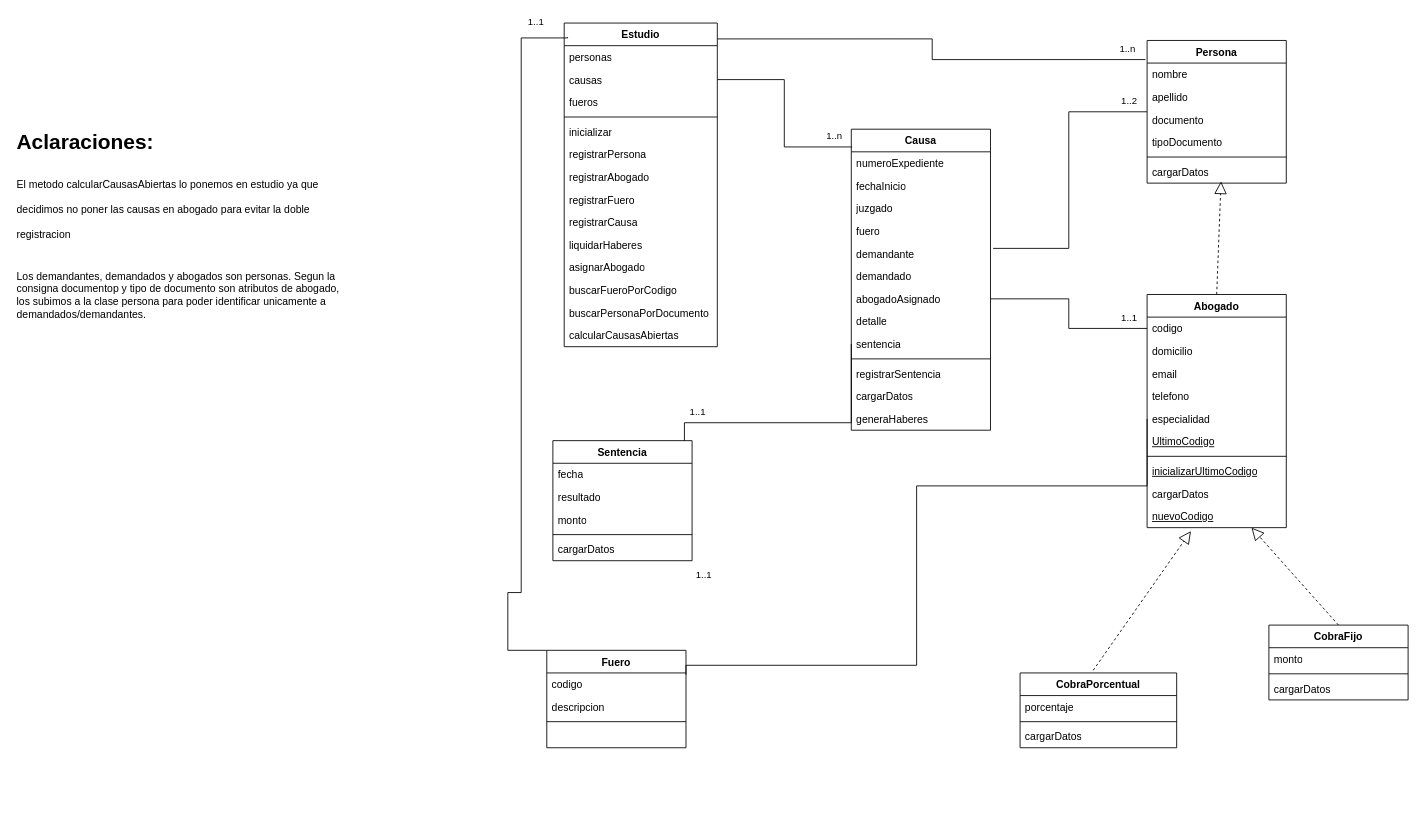
Earlier version of the draw.io diagram page "DiagramaClases" (1 of 2) of diagrama.drawio (Valentin-Leone-Arriola/Paradigmas-2026-2k06-G03). Source tidied: cells renumbered, new cells numbered last; positions are measured from the earlier drawing's top-left corner, leaving out a move shared by most shapes. Both pictures are drawn from the tidied source at 87%, with x=0, y=0 at pixel (15, 23).
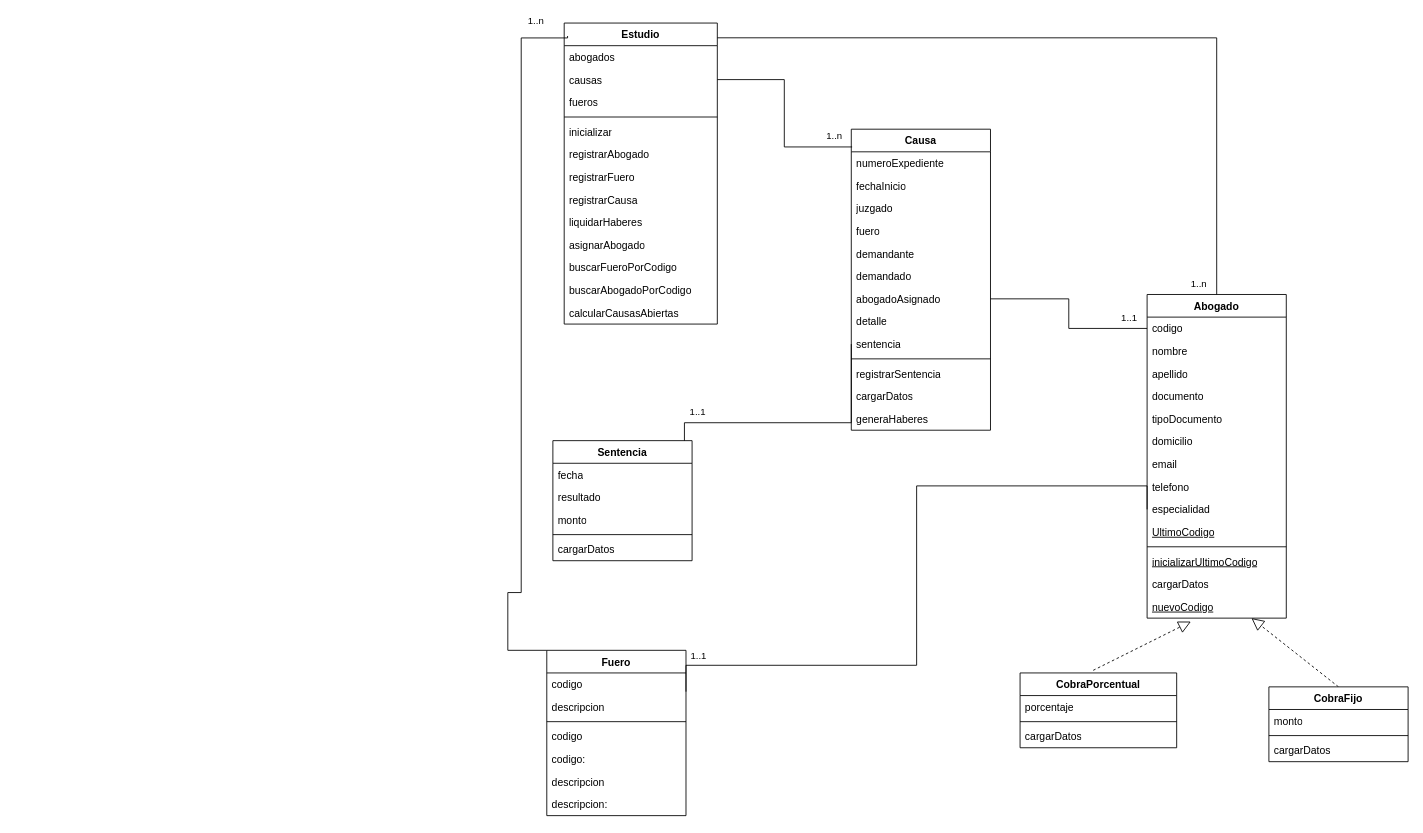
Above is the later version.

Commit message (it also covers changes not shown here):
actualizando clases

Unchanged cells that the change refers to:
```xml
<mxCell id="2" value="Causa" style="swimlane;fontStyle=1;align=center;verticalAlign=top;horizontal=1;startSize=26;whiteSpace=wrap;html=1;" parent="1" vertex="1">
  <mxGeometry x="961" y="122" width="160" height="346" as="geometry" />
</mxCell>
<mxCell id="7" value="demandante" style="text;strokeColor=none;fillColor=none;align=left;verticalAlign=top;spacingLeft=4;spacingRight=4;overflow=hidden;points=[[0,0.5],[1,0.5]];portConstraint=eastwest;whiteSpace=wrap;html=1;" parent="2" vertex="1">
  <mxGeometry y="130" width="160" height="26" as="geometry" />
</mxCell>
<mxCell id="81" style="endArrow=none;html=1;edgeStyle=orthogonalEdgeStyle;rounded=0;exitX=1;exitY=0.25;exitDx=0;exitDy=0;entryX=0;entryY=0.5;entryDx=0;entryDy=0;" parent="1" edge="1" source="57" target="21">
  <mxGeometry relative="1" as="geometry">
    <Array as="points">
      <mxPoint x="771" y="738.2" />
      <mxPoint x="1036.1" y="738.2" />
      <mxPoint x="1036.1" y="532" />
      <mxPoint x="1301" y="532" />
    </Array>
  </mxGeometry>
</mxCell>
<mxCell id="83" style="endArrow=none;html=1;edgeStyle=orthogonalEdgeStyle;rounded=0;exitX=0;exitY=0;exitDx=0;exitDy=0;entryX=0.022;entryY=0.043;entryDx=0;entryDy=0;entryPerimeter=0;" parent="1" edge="1" source="57" target="27">
  <mxGeometry relative="1" as="geometry">
    <Array as="points">
      <mxPoint x="566.2" y="721.1" />
      <mxPoint x="566.2" y="654.6" />
      <mxPoint x="581.6" y="654.6" />
      <mxPoint x="581.6" y="17.1" />
    </Array>
  </mxGeometry>
</mxCell>
```

The edit, as a diff of the source:
```diff
@@
-    <mxCell id="13" value="registrarSentencia" style="text;strokeColor=none;fillColor=light-dark(transparent,#6666FF);align=left;verticalAlign=top;spacingLeft=4;spacingRight=4;overflow=hidden;whiteSpace=wrap;html=1;" parent="2" vertex="1">
+    <mxCell id="13" value="registrarSentencia" style="text;strokeColor=none;fillColor=none;align=left;verticalAlign=top;spacingLeft=4;spacingRight=4;overflow=hidden;whiteSpace=wrap;html=1;" parent="2" vertex="1">
       <mxGeometry y="268" width="160" height="26" as="geometry" />
     </mxCell>
@@
-    <mxCell id="15" value="generaHaberes" style="text;strokeColor=none;fillColor=light-dark(transparent,#6666FF);align=left;verticalAlign=top;spacingLeft=4;spacingRight=4;overflow=hidden;whiteSpace=wrap;html=1;" parent="2" vertex="1">
+    <mxCell id="15" value="generaHaberes" style="text;strokeColor=none;fillColor=none;align=left;verticalAlign=top;spacingLeft=4;spacingRight=4;overflow=hidden;whiteSpace=wrap;html=1;" parent="2" vertex="1">
       <mxGeometry y="320" width="160" height="26" as="geometry" />
     </mxCell>
     <mxCell id="16" value="Abogado" style="swimlane;fontStyle=1;align=center;verticalAlign=top;horizontal=1;startSize=26;whiteSpace=wrap;html=1;" parent="1" vertex="1">
-      <mxGeometry x="1301" y="312" width="160" height="268" as="geometry" />
+      <mxGeometry x="1301" y="312" width="160" height="372" as="geometry" />
     </mxCell>
@@
+    <mxCell id="63" value="nombre" style="text;strokeColor=none;fillColor=none;align=left;verticalAlign=top;spacingLeft=4;spacingRight=4;overflow=hidden;whiteSpace=wrap;html=1;" parent="16" vertex="1">
+      <mxGeometry y="52" width="160" height="26" as="geometry" />
+    </mxCell>
+    <mxCell id="64" value="apellido" style="text;strokeColor=none;fillColor=none;align=left;verticalAlign=top;spacingLeft=4;spacingRight=4;overflow=hidden;whiteSpace=wrap;html=1;" parent="16" vertex="1">
+      <mxGeometry y="78" width="160" height="26" as="geometry" />
+    </mxCell>
+    <mxCell id="65" value="documento" style="text;strokeColor=none;fillColor=none;align=left;verticalAlign=top;spacingLeft=4;spacingRight=4;overflow=hidden;whiteSpace=wrap;html=1;" parent="16" vertex="1">
+      <mxGeometry y="104" width="160" height="26" as="geometry" />
+    </mxCell>
+    <mxCell id="66" value="tipoDocumento" style="text;strokeColor=none;fillColor=none;align=left;verticalAlign=top;spacingLeft=4;spacingRight=4;overflow=hidden;whiteSpace=wrap;html=1;" parent="16" vertex="1">
+      <mxGeometry y="130" width="160" height="26" as="geometry" />
+    </mxCell>
     <mxCell id="18" value="domicilio" style="text;strokeColor=none;fillColor=none;align=left;verticalAlign=top;spacingLeft=4;spacingRight=4;overflow=hidden;whiteSpace=wrap;html=1;" parent="16" vertex="1">
-      <mxGeometry y="52" width="160" height="26" as="geometry" />
+      <mxGeometry y="156" width="160" height="26" as="geometry" />
     </mxCell>
     <mxCell id="19" value="email" style="text;strokeColor=none;fillColor=none;align=left;verticalAlign=top;spacingLeft=4;spacingRight=4;overflow=hidden;whiteSpace=wrap;html=1;" parent="16" vertex="1">
-      <mxGeometry y="78" width="160" height="26" as="geometry" />
+      <mxGeometry y="182" width="160" height="26" as="geometry" />
     </mxCell>
     <mxCell id="20" value="telefono" style="text;strokeColor=none;fillColor=none;align=left;verticalAlign=top;spacingLeft=4;spacingRight=4;overflow=hidden;whiteSpace=wrap;html=1;" parent="16" vertex="1">
-      <mxGeometry y="104" width="160" height="26" as="geometry" />
+      <mxGeometry y="208" width="160" height="26" as="geometry" />
     </mxCell>
     <mxCell id="21" value="especialidad" style="text;strokeColor=none;fillColor=none;align=left;verticalAlign=top;spacingLeft=4;spacingRight=4;overflow=hidden;points=[[0,0.5],[1,0.5]];portConstraint=eastwest;whiteSpace=wrap;html=1;" parent="16" vertex="1">
-      <mxGeometry y="130" width="160" height="26" as="geometry" />
+      <mxGeometry y="234" width="160" height="26" as="geometry" />
     </mxCell>
     <mxCell id="22" value="&lt;u&gt;UltimoCodigo&lt;/u&gt;" style="text;strokeColor=none;fillColor=none;align=left;verticalAlign=top;spacingLeft=4;spacingRight=4;overflow=hidden;whiteSpace=wrap;html=1;" parent="16" vertex="1">
-      <mxGeometry y="156" width="160" height="26" as="geometry" />
+      <mxGeometry y="260" width="160" height="26" as="geometry" />
     </mxCell>
     <mxCell id="23" style="line;strokeWidth=1;fillColor=none;align=left;verticalAlign=middle;spacingTop=-1;spacingLeft=3;spacingRight=3;labelPosition=right;strokeColor=inherit;" parent="16" vertex="1">
-      <mxGeometry y="182" width="160" height="8" as="geometry" />
+      <mxGeometry y="286" width="160" height="8" as="geometry" />
     </mxCell>
     <mxCell id="24" value="&lt;u&gt;inicializarUltimoCodigo&lt;/u&gt;" style="text;strokeColor=none;fillColor=none;align=left;verticalAlign=top;spacingLeft=4;spacingRight=4;overflow=hidden;whiteSpace=wrap;html=1;" parent="16" vertex="1">
-      <mxGeometry y="190" width="160" height="26" as="geometry" />
+      <mxGeometry y="294" width="160" height="26" as="geometry" />
     </mxCell>
     <mxCell id="25" value="&lt;div&gt;cargarDatos&lt;/div&gt;" style="text;strokeColor=none;fillColor=none;align=left;verticalAlign=top;spacingLeft=4;spacingRight=4;overflow=hidden;whiteSpace=wrap;html=1;" parent="16" vertex="1">
-      <mxGeometry y="216" width="160" height="26" as="geometry" />
+      <mxGeometry y="320" width="160" height="26" as="geometry" />
     </mxCell>
     <mxCell id="26" value="&lt;div&gt;&lt;u&gt;nuevoCodigo&lt;/u&gt;&lt;/div&gt;" style="text;strokeColor=none;fillColor=none;align=left;verticalAlign=top;spacingLeft=4;spacingRight=4;overflow=hidden;points=[[0,0.5],[1,0.5]];portConstraint=eastwest;whiteSpace=wrap;html=1;" parent="16" vertex="1">
-      <mxGeometry y="242" width="160" height="26" as="geometry" />
+      <mxGeometry y="346" width="160" height="26" as="geometry" />
     </mxCell>
     <mxCell id="27" value="Estudio" style="swimlane;fontStyle=1;align=center;verticalAlign=top;horizontal=1;startSize=26;whiteSpace=wrap;html=1;" parent="1" vertex="1">
-      <mxGeometry x="631" width="176" height="372" as="geometry" />
+      <mxGeometry x="631" width="176" height="346" as="geometry" />
     </mxCell>
-    <mxCell id="28" value="personas" style="text;strokeColor=none;fillColor=none;align=left;verticalAlign=top;spacingLeft=4;spacingRight=4;overflow=hidden;whiteSpace=wrap;html=1;" parent="27" vertex="1">
+    <mxCell id="28" value="abogados" style="text;strokeColor=none;fillColor=none;align=left;verticalAlign=top;spacingLeft=4;spacingRight=4;overflow=hidden;whiteSpace=wrap;html=1;" parent="27" vertex="1">
       <mxGeometry y="26" width="176" height="26" as="geometry" />
     </mxCell>
@@
-    <mxCell id="33" value="registrarPersona" style="text;strokeColor=none;fillColor=none;align=left;verticalAlign=top;spacingLeft=4;spacingRight=4;overflow=hidden;whiteSpace=wrap;html=1;" parent="27" vertex="1">
-      <mxGeometry y="138" width="176" height="26" as="geometry" />
-    </mxCell>
     <mxCell id="34" value="registrarAbogado" style="text;strokeColor=none;fillColor=none;align=left;verticalAlign=top;spacingLeft=4;spacingRight=4;overflow=hidden;whiteSpace=wrap;html=1;" parent="27" vertex="1">
-      <mxGeometry y="164" width="176" height="26" as="geometry" />
+      <mxGeometry y="138" width="176" height="26" as="geometry" />
     </mxCell>
     <mxCell id="35" value="registrarFuero" style="text;strokeColor=none;fillColor=none;align=left;verticalAlign=top;spacingLeft=4;spacingRight=4;overflow=hidden;whiteSpace=wrap;html=1;" parent="27" vertex="1">
-      <mxGeometry y="190" width="176" height="26" as="geometry" />
+      <mxGeometry y="164" width="176" height="26" as="geometry" />
     </mxCell>
-    <mxCell id="36" value="registrarCausa" style="text;strokeColor=none;fillColor=light-dark(transparent,#6666FF);align=left;verticalAlign=top;spacingLeft=4;spacingRight=4;overflow=hidden;whiteSpace=wrap;html=1;" parent="27" vertex="1">
-      <mxGeometry y="216" width="176" height="26" as="geometry" />
+    <mxCell id="36" value="registrarCausa" style="text;strokeColor=none;fillColor=none;align=left;verticalAlign=top;spacingLeft=4;spacingRight=4;overflow=hidden;whiteSpace=wrap;html=1;" parent="27" vertex="1">
+      <mxGeometry y="190" width="176" height="26" as="geometry" />
     </mxCell>
-    <mxCell id="37" value="liquidarHaberes" style="text;strokeColor=none;fillColor=light-dark(transparent,#6666FF);align=left;verticalAlign=top;spacingLeft=4;spacingRight=4;overflow=hidden;whiteSpace=wrap;html=1;" parent="27" vertex="1">
-      <mxGeometry y="242" width="176" height="26" as="geometry" />
+    <mxCell id="37" value="liquidarHaberes" style="text;strokeColor=none;fillColor=none;align=left;verticalAlign=top;spacingLeft=4;spacingRight=4;overflow=hidden;whiteSpace=wrap;html=1;" parent="27" vertex="1">
+      <mxGeometry y="216" width="176" height="26" as="geometry" />
     </mxCell>
-    <mxCell id="38" value="asignarAbogado" style="text;strokeColor=none;fillColor=light-dark(transparent,#6666FF);align=left;verticalAlign=top;spacingLeft=4;spacingRight=4;overflow=hidden;whiteSpace=wrap;html=1;" parent="27" vertex="1">
-      <mxGeometry y="268" width="176" height="26" as="geometry" />
+    <mxCell id="38" value="asignarAbogado" style="text;strokeColor=none;fillColor=none;align=left;verticalAlign=top;spacingLeft=4;spacingRight=4;overflow=hidden;whiteSpace=wrap;html=1;" parent="27" vertex="1">
+      <mxGeometry y="242" width="176" height="26" as="geometry" />
     </mxCell>
     <mxCell id="39" value="buscarFueroPorCodigo" style="text;strokeColor=none;fillColor=none;align=left;verticalAlign=top;spacingLeft=4;spacingRight=4;overflow=hidden;whiteSpace=wrap;html=1;" parent="27" vertex="1">
-      <mxGeometry y="294" width="176" height="26" as="geometry" />
+      <mxGeometry y="268" width="176" height="26" as="geometry" />
     </mxCell>
-    <mxCell id="40" value="buscarPersonaPorDocumento" style="text;strokeColor=none;fillColor=none;align=left;verticalAlign=top;spacingLeft=4;spacingRight=4;overflow=hidden;whiteSpace=wrap;html=1;" parent="27" vertex="1">
-      <mxGeometry y="320" width="176" height="26" as="geometry" />
+    <mxCell id="40" value="buscarAbogadoPorCodigo" style="text;strokeColor=none;fillColor=none;align=left;verticalAlign=top;spacingLeft=4;spacingRight=4;overflow=hidden;whiteSpace=wrap;html=1;" parent="27" vertex="1">
+      <mxGeometry y="294" width="176" height="26" as="geometry" />
     </mxCell>
-    <mxCell id="41" value="&lt;div&gt;calcularCausasAbiertas&lt;/div&gt;" style="text;strokeColor=none;fillColor=light-dark(transparent,#6666FF);align=left;verticalAlign=top;spacingLeft=4;spacingRight=4;overflow=hidden;whiteSpace=wrap;html=1;" parent="27" vertex="1">
-      <mxGeometry y="346" width="176" height="26" as="geometry" />
+    <mxCell id="41" value="&lt;div&gt;calcularCausasAbiertas&lt;/div&gt;" style="text;strokeColor=none;fillColor=none;align=left;verticalAlign=top;spacingLeft=4;spacingRight=4;overflow=hidden;whiteSpace=wrap;html=1;" parent="27" vertex="1">
+      <mxGeometry y="320" width="176" height="26" as="geometry" />
     </mxCell>
@@
-    <mxCell id="46" style="endArrow=none;html=1;edgeStyle=orthogonalEdgeStyle;rounded=0;exitX=1;exitY=0.049;exitDx=0;exitDy=0;exitPerimeter=0;entryX=-0.012;entryY=0.134;entryDx=0;entryDy=0;entryPerimeter=0;" parent="1" edge="1" source="27" target="62">
+    <mxCell id="46" style="endArrow=none;html=1;edgeStyle=orthogonalEdgeStyle;rounded=0;exitX=1;exitY=0.049;exitDx=0;exitDy=0;exitPerimeter=0;entryX=0.5;entryY=0;entryDx=0;entryDy=0;" parent="1" edge="1" source="27" target="16">
       <mxGeometry relative="1" as="geometry" />
     </mxCell>
@@
-    <mxCell id="48" style="endArrow=block;dashed=1;endFill=0;endSize=12;html=1;rounded=0;entryX=0.531;entryY=0.923;entryDx=0;entryDy=0;exitX=0.5;exitY=0;exitDx=0;exitDy=0;entryPerimeter=0;" parent="1" edge="1" source="16" target="68">
-      <mxGeometry relative="1" as="geometry" />
-    </mxCell>
@@
     <mxCell id="57" value="Fuero" style="swimlane;fontStyle=1;align=center;verticalAlign=top;horizontal=1;startSize=26;whiteSpace=wrap;html=1;" parent="1" vertex="1">
-      <mxGeometry x="611" y="721" width="160" height="112" as="geometry" />
+      <mxGeometry x="611" y="721" width="160" height="190" as="geometry" />
     </mxCell>
@@
-    <mxCell id="61" value="&amp;nbsp;" style="text;strokeColor=none;fillColor=none;align=left;verticalAlign=top;spacingLeft=4;spacingRight=4;overflow=hidden;whiteSpace=wrap;html=1;" parent="57" vertex="1">
+    <mxCell id="61" value="codigo" style="text;strokeColor=none;fillColor=none;align=left;verticalAlign=top;spacingLeft=4;spacingRight=4;overflow=hidden;whiteSpace=wrap;html=1;" parent="57" vertex="1">
       <mxGeometry y="86" width="160" height="26" as="geometry" />
     </mxCell>
-    <mxCell id="62" value="Persona" style="swimlane;fontStyle=1;align=center;verticalAlign=top;horizontal=1;startSize=26;whiteSpace=wrap;html=1;" parent="1" vertex="1">
-      <mxGeometry x="1301" y="20" width="160" height="164" as="geometry" />
-    </mxCell>
-    <mxCell id="63" value="nombre" style="text;strokeColor=none;fillColor=none;align=left;verticalAlign=top;spacingLeft=4;spacingRight=4;overflow=hidden;whiteSpace=wrap;html=1;" parent="62" vertex="1">
-      <mxGeometry y="26" width="160" height="26" as="geometry" />
-    </mxCell>
-    <mxCell id="64" value="apellido" style="text;strokeColor=none;fillColor=none;align=left;verticalAlign=top;spacingLeft=4;spacingRight=4;overflow=hidden;whiteSpace=wrap;html=1;" parent="62" vertex="1">
-      <mxGeometry y="52" width="160" height="26" as="geometry" />
-    </mxCell>
-    <mxCell id="65" value="documento" style="text;strokeColor=none;fillColor=none;align=left;verticalAlign=top;spacingLeft=4;spacingRight=4;overflow=hidden;whiteSpace=wrap;html=1;" parent="62" vertex="1">
-      <mxGeometry y="78" width="160" height="26" as="geometry" />
-    </mxCell>
-    <mxCell id="66" value="tipoDocumento" style="text;strokeColor=none;fillColor=none;align=left;verticalAlign=top;spacingLeft=4;spacingRight=4;overflow=hidden;whiteSpace=wrap;html=1;" parent="62" vertex="1">
-      <mxGeometry y="104" width="160" height="26" as="geometry" />
-    </mxCell>
-    <mxCell id="67" style="line;strokeWidth=1;fillColor=none;align=left;verticalAlign=middle;spacingTop=-1;spacingLeft=3;spacingRight=3;labelPosition=right;strokeColor=inherit;" parent="62" vertex="1">
-      <mxGeometry y="130" width="160" height="8" as="geometry" />
-    </mxCell>
-    <mxCell id="68" value="cargarDatos" style="text;strokeColor=none;fillColor=none;align=left;verticalAlign=top;spacingLeft=4;spacingRight=4;overflow=hidden;points=[[0,0.5],[1,0.5]];portConstraint=eastwest;whiteSpace=wrap;html=1;" parent="62" vertex="1">
-      <mxGeometry y="138" width="160" height="26" as="geometry" />
-    </mxCell>
-    <mxCell id="69" style="endArrow=none;html=1;edgeStyle=orthogonalEdgeStyle;rounded=0;exitX=1.019;exitY=0.269;exitDx=0;exitDy=0;exitPerimeter=0;entryX=0;entryY=0.5;entryDx=0;entryDy=0;" parent="1" edge="1" source="7" target="62">
-      <mxGeometry relative="1" as="geometry" />
-    </mxCell>
-    <mxCell id="70" value="1..2" style="edgeLabel;html=1;align=right;verticalAlign=bottom;" parent="69" vertex="1">
-      <mxGeometry x="1" relative="1" as="geometry">
-        <mxPoint x="-11" y="-4" as="offset" />
-      </mxGeometry>
-    </mxCell>
+    <mxCell id="86" value="codigo:" style="text;strokeColor=none;fillColor=none;align=left;verticalAlign=top;spacingLeft=4;spacingRight=4;overflow=hidden;whiteSpace=wrap;html=1;" parent="57" vertex="1">
+      <mxGeometry y="112" width="160" height="26" as="geometry" />
+    </mxCell>
+    <mxCell id="87" value="descripcion" style="text;strokeColor=none;fillColor=none;align=left;verticalAlign=top;spacingLeft=4;spacingRight=4;overflow=hidden;whiteSpace=wrap;html=1;" parent="57" vertex="1">
+      <mxGeometry y="138" width="160" height="26" as="geometry" />
+    </mxCell>
+    <mxCell id="88" value="descripcion:" style="text;strokeColor=none;fillColor=none;align=left;verticalAlign=top;spacingLeft=4;spacingRight=4;overflow=hidden;whiteSpace=wrap;html=1;" parent="57" vertex="1">
+      <mxGeometry y="164" width="160" height="26" as="geometry" />
+    </mxCell>
@@
     <mxCell id="73" value="CobraFijo" style="swimlane;fontStyle=1;align=center;verticalAlign=top;horizontal=1;startSize=26;whiteSpace=wrap;html=1;" parent="1" vertex="1">
-      <mxGeometry x="1441" y="692" width="160" height="86" as="geometry" />
+      <mxGeometry x="1441" y="763" width="160" height="86" as="geometry" />
     </mxCell>
@@
     <mxCell id="82" value="1..1" style="edgeLabel;html=1;align=right;verticalAlign=bottom;" parent="81" vertex="1">
       <mxGeometry x="1" relative="1" as="geometry">
-        <mxPoint x="-500" y="187" as="offset" />
+        <mxPoint x="-506" y="176" as="offset" />
       </mxGeometry>
     </mxCell>
@@
-    <mxCell id="84" value="1..1" style="edgeLabel;html=1;align=right;verticalAlign=bottom;" parent="83" vertex="1">
+    <mxCell id="84" value="1..n" style="edgeLabel;html=1;align=right;verticalAlign=bottom;" parent="83" vertex="1">
       <mxGeometry x="1" relative="1" as="geometry">
         <mxPoint x="-27" y="-9" as="offset" />
       </mxGeometry>
     </mxCell>
-    <mxCell id="85" value="&lt;h1 style=&quot;margin-top: 0px;&quot;&gt;&lt;span style=&quot;background-color: transparent; color: light-dark(rgb(0, 0, 0), rgb(255, 255, 255));&quot;&gt;Aclaraciones:&lt;/span&gt;&lt;/h1&gt;&lt;h1 style=&quot;margin-top: 0px;&quot;&gt;&lt;span style=&quot;font-size: 12px; font-weight: 400;&quot;&gt;El metodo calcularCausasAbiertas lo ponemos en estudio ya que decidimos no poner las causas en abogado para evitar la doble registracion&lt;/span&gt;&lt;/h1&gt;&lt;div&gt;&lt;span style=&quot;font-size: 12px; font-weight: 400;&quot;&gt;&lt;br&gt;&lt;/span&gt;&lt;/div&gt;&lt;div&gt;&lt;span style=&quot;font-size: 12px; font-weight: 400;&quot;&gt;Los demandantes, demandados y abogados son personas. Segun la consigna documentop y tipo de documento son atributos de abogado, los subimos a la clase persona para poder identificar unicamente a demandados/demandantes.&lt;/span&gt;&lt;/div&gt;" style="text;html=1;whiteSpace=wrap;overflow=hidden;rounded=0;" parent="1" vertex="1">
-      <mxGeometry y="116" width="375" height="429" as="geometry" />
-    </mxCell>
```
